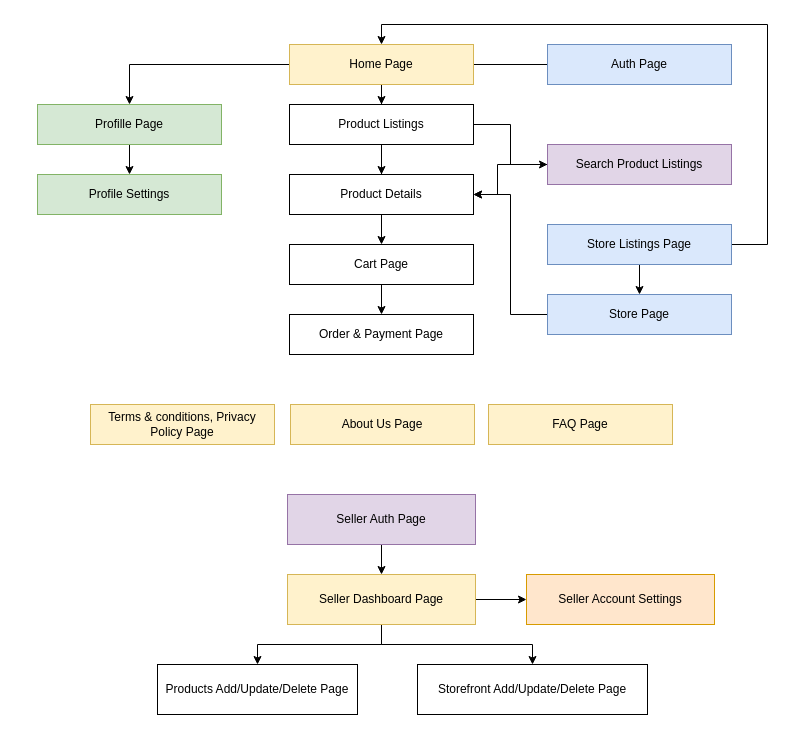
mealibek/drawio keeps this draw.io diagram as drawio-mvp/Marketplace Site Map Diagram.drawio. Above is the earlier version. Source tidied: cells renumbered, new cells numbered last; positions are measured from the earlier drawing's top-left corner, leaving out a move shared by most shapes. Both pictures are drawn from the tidied source at 100%, with x=0, y=0 at pixel (37, 24).
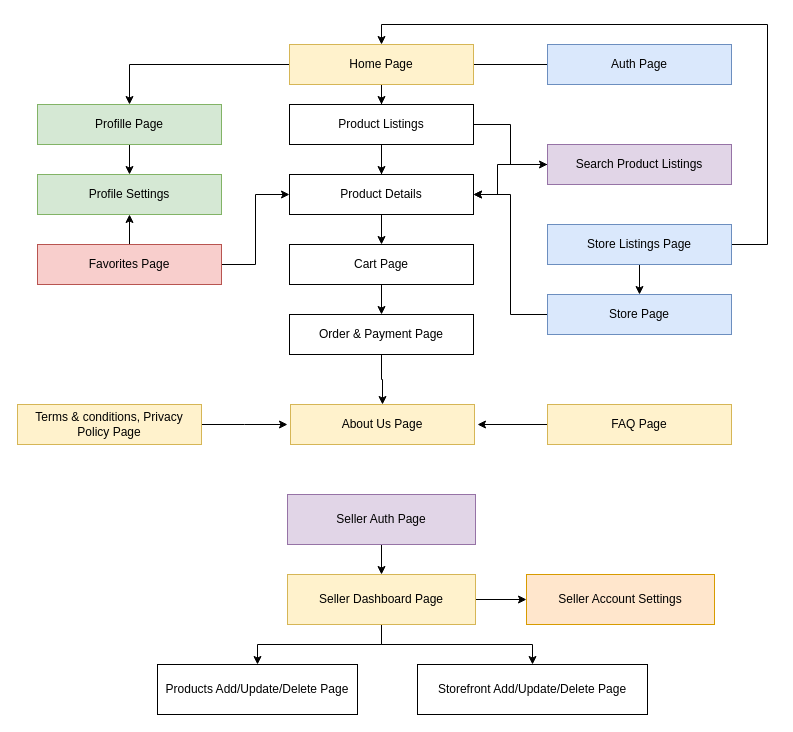
Above is the later version.

The change refers to these unchanged cells:
```xml
<mxCell id="10" value="Product Details" style="rounded=0;whiteSpace=wrap;html=1;" parent="1" vertex="1">
  <mxGeometry x="252" y="150" width="184" height="40" as="geometry" />
</mxCell>
<mxCell id="13" value="Order &amp;amp; Payment Page" style="rounded=0;whiteSpace=wrap;html=1;" parent="1" vertex="1">
  <mxGeometry x="252" y="290" width="184" height="40" as="geometry" />
</mxCell>
<mxCell id="19" value="About Us Page" style="rounded=0;whiteSpace=wrap;html=1;fillColor=#fff2cc;strokeColor=#d6b656;" parent="1" vertex="1">
  <mxGeometry x="253" y="380" width="184" height="40" as="geometry" />
</mxCell>
<mxCell id="24" value="Profile Settings" style="rounded=0;whiteSpace=wrap;html=1;fillColor=#d5e8d4;strokeColor=#82b366;" parent="1" vertex="1">
  <mxGeometry y="150" width="184" height="40" as="geometry" />
</mxCell>
```

The edit, as a diff of the source:
```diff
@@
+    <mxCell id="36" style="edgeStyle=orthogonalEdgeStyle;rounded=0;jettySize=auto;html=1;entryX=0.5;entryY=0;entryDx=0;entryDy=0;" parent="1" edge="1" source="13" target="19">
+      <mxGeometry relative="1" as="geometry" />
+    </mxCell>
@@
+    <mxCell id="37" style="edgeStyle=orthogonalEdgeStyle;rounded=0;jettySize=auto;html=1;" parent="1" edge="1" source="18">
+      <mxGeometry relative="1" as="geometry">
+        <mxPoint x="250" y="400" as="targetPoint" />
+      </mxGeometry>
+    </mxCell>
     <mxCell id="18" value="Terms &amp;amp; conditions, Privacy Policy Page" style="rounded=0;whiteSpace=wrap;html=1;fillColor=#fff2cc;strokeColor=#d6b656;" parent="1" vertex="1">
-      <mxGeometry x="53" y="380" width="184" height="40" as="geometry" />
+      <mxGeometry x="-20" y="380" width="184" height="40" as="geometry" />
     </mxCell>
@@
+    <mxCell id="38" style="edgeStyle=orthogonalEdgeStyle;rounded=0;jettySize=auto;html=1;" parent="1" edge="1" source="23">
+      <mxGeometry relative="1" as="geometry">
+        <mxPoint x="440" y="400" as="targetPoint" />
+      </mxGeometry>
+    </mxCell>
     <mxCell id="23" value="FAQ Page" style="rounded=0;whiteSpace=wrap;html=1;fillColor=#fff2cc;strokeColor=#d6b656;" parent="1" vertex="1">
-      <mxGeometry x="451" y="380" width="184" height="40" as="geometry" />
+      <mxGeometry x="510" y="380" width="184" height="40" as="geometry" />
     </mxCell>
@@
+    <mxCell id="39" style="edgeStyle=orthogonalEdgeStyle;rounded=0;jettySize=auto;html=1;entryX=0;entryY=0.5;entryDx=0;entryDy=0;" parent="1" edge="1" source="41" target="10">
+      <mxGeometry relative="1" as="geometry" />
+    </mxCell>
+    <mxCell id="40" style="edgeStyle=orthogonalEdgeStyle;rounded=0;jettySize=auto;html=1;" parent="1" edge="1" source="41" target="24">
+      <mxGeometry relative="1" as="geometry" />
+    </mxCell>
+    <mxCell id="41" value="Favorites Page" style="rounded=0;whiteSpace=wrap;html=1;fillColor=#f8cecc;strokeColor=#b85450;" parent="1" vertex="1">
+      <mxGeometry y="220" width="184" height="40" as="geometry" />
+    </mxCell>
```
